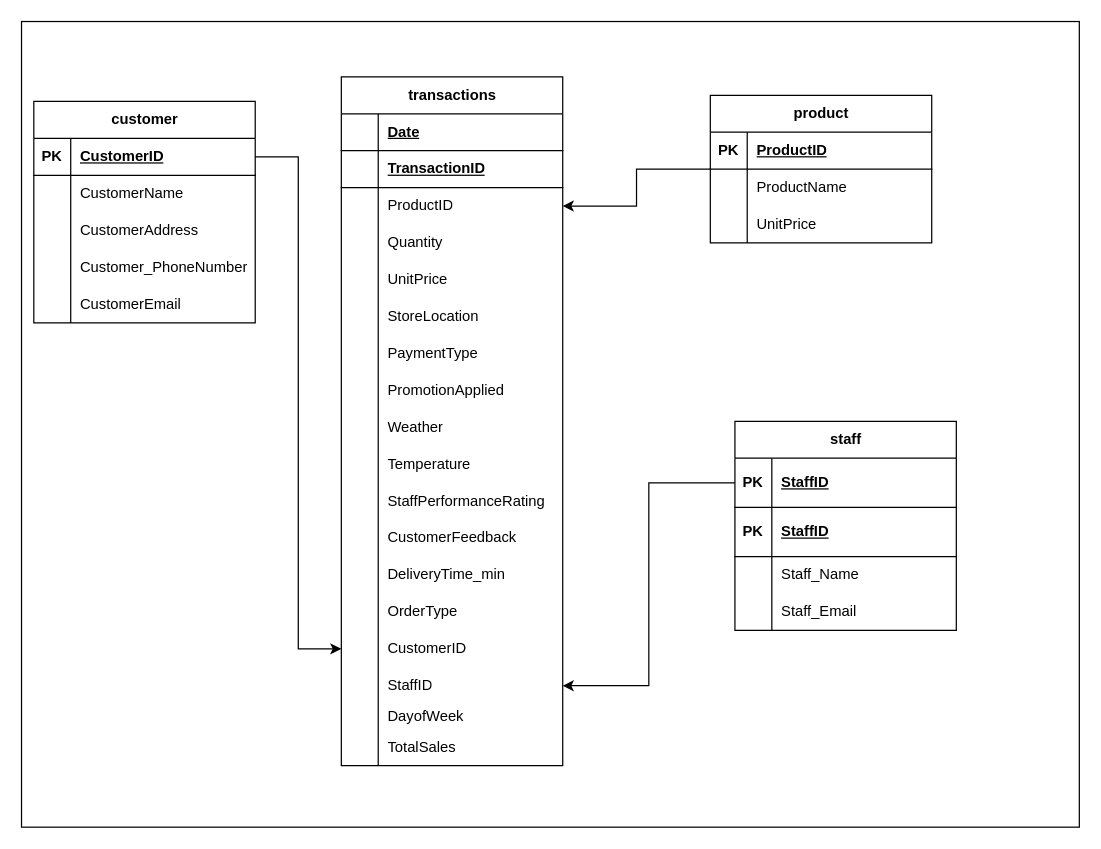
Earlier version of the draw.io diagram page "Page-2" (2 of 2) of Data modeling.drawio (debbillionaire/zipco_foods_etl_using_airflow_for_orchestration). Source tidied: cells renumbered, new cells numbered last; positions are measured from the earlier drawing's top-left corner, leaving out a move shared by most shapes. Both pictures are drawn from the tidied source at 123%, with x=0, y=0 at pixel (21, 21).
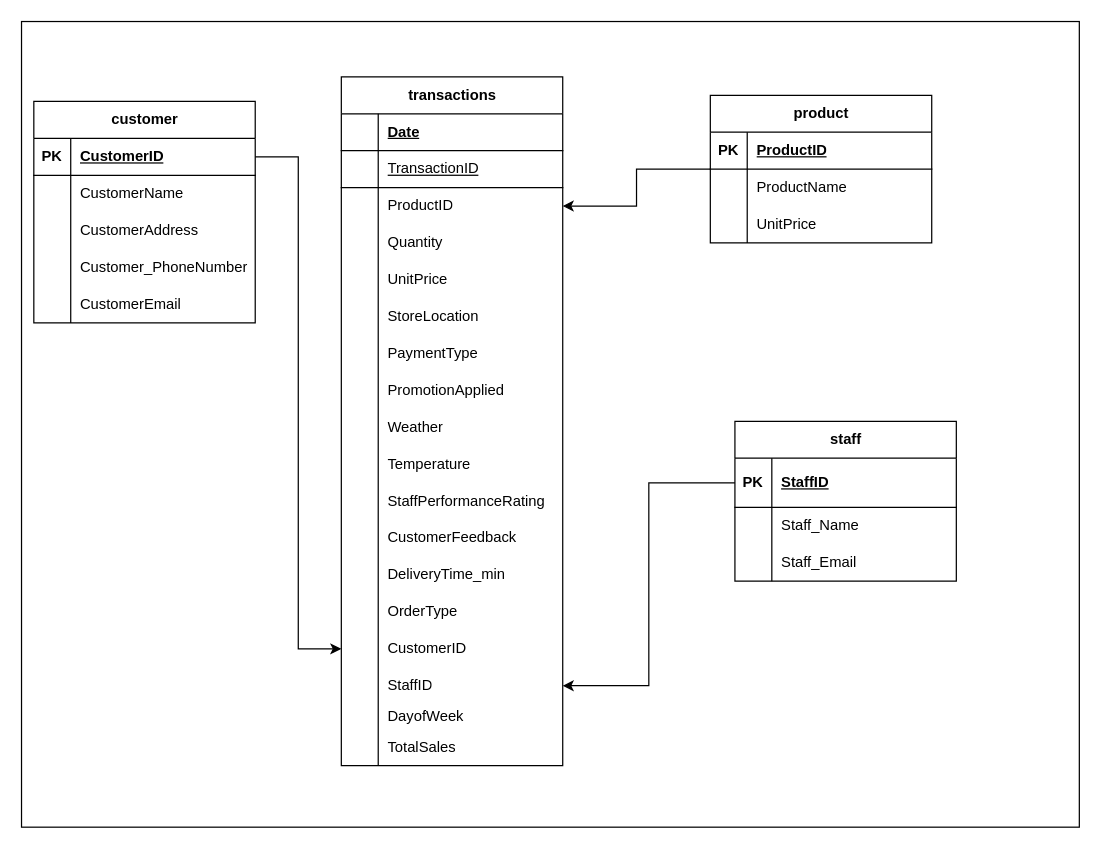
After the change.

Commit message (it also covers changes not shown here):
Data loading

The change refers to these unchanged cells:
```xml
<mxCell id="2" style="group;" parent="1" vertex="1">
  <mxGeometry width="860" height="655" as="geometry" />
</mxCell>
<mxCell id="48" style="shape=tableRow;horizontal=0;startSize=0;swimlaneHead=0;swimlaneBody=0;fillColor=none;top=0;left=0;right=0;bottom=1;" parent="44" vertex="1">
  <mxGeometry y="60" width="180" height="30" as="geometry" />
</mxCell>
```

Diff of the diagram source:
```diff
@@
     <mxCell id="31" value="staff" style="shape=table;startSize=30;childLayout=tableLayout;rowLines=0;fontStyle=1;align=center;html=1;" parent="2" vertex="1">
-      <mxGeometry x="580" y="325" width="180" height="170" as="geometry" />
+      <mxGeometry x="580" y="325" width="180" height="130" as="geometry" />
     </mxCell>
@@
-    <mxCell id="35" style="shape=tableRow;horizontal=0;startSize=0;swimlaneHead=0;swimlaneBody=0;fillColor=none;top=0;left=0;right=0;bottom=1;" parent="31" vertex="1">
-      <mxGeometry y="70" width="180" height="40" as="geometry" />
-    </mxCell>
-    <mxCell id="36" value="PK" style="shape=partialRectangle;fillColor=none;top=0;left=0;bottom=0;right=0;fontStyle=1;overflow=hidden;whiteSpace=wrap;html=1;" parent="35" vertex="1">
-      <mxGeometry width="30" height="40" as="geometry" />
-    </mxCell>
-    <mxCell id="37" value="StaffID" style="shape=partialRectangle;fillColor=none;top=0;left=0;bottom=0;right=0;align=left;spacingLeft=6;fontStyle=5;overflow=hidden;whiteSpace=wrap;html=1;" parent="35" vertex="1">
-      <mxGeometry x="30" width="150" height="40" as="geometry" />
-    </mxCell>
     <mxCell id="38" style="shape=tableRow;horizontal=0;startSize=0;swimlaneHead=0;swimlaneBody=0;fillColor=none;top=0;left=0;right=0;bottom=0;" parent="31" vertex="1">
-      <mxGeometry y="110" width="180" height="30" as="geometry" />
+      <mxGeometry y="70" width="180" height="30" as="geometry" />
     </mxCell>
@@
     <mxCell id="41" style="shape=tableRow;horizontal=0;startSize=0;swimlaneHead=0;swimlaneBody=0;fillColor=none;top=0;left=0;right=0;bottom=0;" parent="31" vertex="1">
-      <mxGeometry y="140" width="180" height="30" as="geometry" />
+      <mxGeometry y="100" width="180" height="30" as="geometry" />
     </mxCell>
@@
-    <mxCell id="50" value="TransactionID" style="shape=partialRectangle;fillColor=none;top=0;left=0;bottom=0;right=0;align=left;spacingLeft=6;fontStyle=5;overflow=hidden;whiteSpace=wrap;html=1;" parent="48" vertex="1">
+    <mxCell id="50" value="&lt;span style=&quot;font-weight: 400;&quot;&gt;TransactionID&lt;/span&gt;" style="shape=partialRectangle;fillColor=none;top=0;left=0;bottom=0;right=0;align=left;spacingLeft=6;fontStyle=5;overflow=hidden;whiteSpace=wrap;html=1;" parent="48" vertex="1">
       <mxGeometry x="30" width="150" height="30" as="geometry" />
     </mxCell>
```
